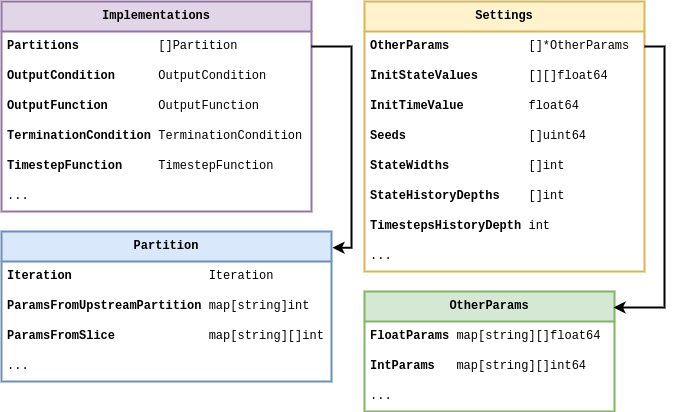
The draw.io diagram assets/stochadexI/stochadexI-stochadex-data-types.drawio.png in umbralcalc/umbralcalc.github.io, before a commit. Source tidied: cells renumbered, new cells last; positions are measured from the earlier drawing's top-left corner, leaving out a move shared by most shapes.
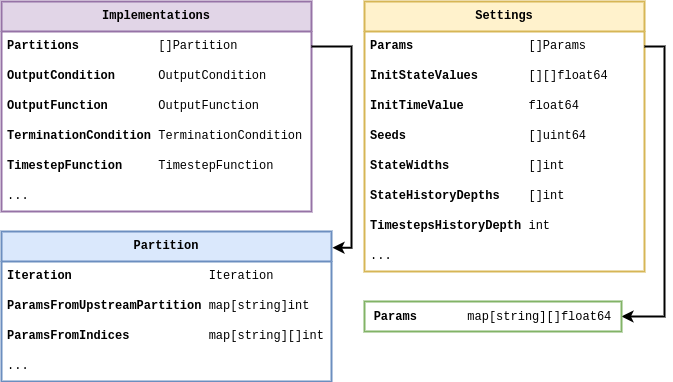
Above is the later version.

What changed in the source:
```diff
@@ -26,7 +26,7 @@
     <mxCell id="9" value="&lt;b&gt;Settings&lt;/b&gt;" style="swimlane;fontStyle=0;horizontal=1;startSize=30;whiteSpace=wrap;html=1;fontFamily=Courier New;strokeWidth=2;fillColor=#fff2cc;strokeColor=#d6b656;" parent="1" vertex="1">
       <mxGeometry x="363" width="280" height="270" as="geometry" />
     </mxCell>
-    <mxCell id="10" value="&lt;b&gt;OtherParams&lt;/b&gt;&amp;nbsp; &amp;nbsp; &amp;nbsp; &amp;nbsp; &amp;nbsp; &amp;nbsp;[]*OtherParams" style="text;strokeColor=none;fillColor=none;align=left;verticalAlign=middle;spacingLeft=4;spacingRight=4;overflow=hidden;points=[[0,0.5],[1,0.5]];portConstraint=eastwest;whiteSpace=wrap;html=1;fontFamily=Courier New;" parent="9" vertex="1">
+    <mxCell id="10" value="&lt;b&gt;Params&lt;/b&gt;&amp;nbsp; &amp;nbsp; &amp;nbsp; &amp;nbsp; &amp;nbsp; &amp;nbsp; &amp;nbsp; &amp;nbsp; []Params" style="text;strokeColor=none;fillColor=none;align=left;verticalAlign=middle;spacingLeft=4;spacingRight=4;overflow=hidden;points=[[0,0.5],[1,0.5]];portConstraint=eastwest;whiteSpace=wrap;html=1;fontFamily=Courier New;" parent="9" vertex="1">
       <mxGeometry y="30" width="280" height="30" as="geometry" />
     </mxCell>
     <mxCell id="11" value="&lt;b&gt;InitStateValues&lt;/b&gt;&amp;nbsp; &amp;nbsp; &amp;nbsp; &amp;nbsp;[][]float64" style="text;strokeColor=none;fillColor=none;align=left;verticalAlign=middle;spacingLeft=4;spacingRight=4;overflow=hidden;whiteSpace=wrap;html=1;fontFamily=Courier New;" parent="9" vertex="1">
@@ -50,23 +50,11 @@
     <mxCell id="17" value="..." style="text;strokeColor=none;fillColor=none;align=left;verticalAlign=middle;spacingLeft=4;spacingRight=4;overflow=hidden;whiteSpace=wrap;html=1;fontFamily=Courier New;" parent="9" vertex="1">
       <mxGeometry y="240" width="280" height="30" as="geometry" />
     </mxCell>
-    <mxCell id="18" value="&lt;b&gt;OtherParams&lt;/b&gt;" style="swimlane;fontStyle=0;horizontal=1;startSize=30;whiteSpace=wrap;html=1;fontFamily=Courier New;strokeWidth=2;fillColor=#d5e8d4;strokeColor=#82b366;" parent="1" vertex="1">
-      <mxGeometry x="363" y="290" width="250" height="120" as="geometry" />
-    </mxCell>
-    <mxCell id="19" value="&lt;b&gt;FloatParams &lt;/b&gt;map[string][]float64" style="text;strokeColor=none;fillColor=none;align=left;verticalAlign=middle;spacingLeft=4;spacingRight=4;overflow=hidden;whiteSpace=wrap;html=1;fontFamily=Courier New;" parent="18" vertex="1">
-      <mxGeometry y="30" width="250" height="30" as="geometry" />
-    </mxCell>
-    <mxCell id="20" value="&lt;b&gt;IntParams&amp;nbsp; &amp;nbsp;&lt;/b&gt;map[string][]int64" style="text;strokeColor=none;fillColor=none;align=left;verticalAlign=middle;spacingLeft=4;spacingRight=4;overflow=hidden;whiteSpace=wrap;html=1;fontFamily=Courier New;" parent="18" vertex="1">
-      <mxGeometry y="60" width="250" height="30" as="geometry" />
-    </mxCell>
-    <mxCell id="21" value="..." style="text;strokeColor=none;fillColor=none;align=left;verticalAlign=middle;spacingLeft=4;spacingRight=4;overflow=hidden;whiteSpace=wrap;html=1;fontFamily=Courier New;" parent="18" vertex="1">
-      <mxGeometry y="90" width="250" height="30" as="geometry" />
-    </mxCell>
-    <mxCell id="22" style="edgeStyle=orthogonalEdgeStyle;rounded=0;jettySize=auto;html=1;entryX=0.996;entryY=0.133;entryDx=0;entryDy=0;entryPerimeter=0;strokeWidth=2;exitX=1;exitY=0.5;exitDx=0;exitDy=0;" parent="1" edge="1" source="10" target="18">
+    <mxCell id="22" style="edgeStyle=orthogonalEdgeStyle;rounded=0;jettySize=auto;html=1;entryX=1;entryY=0.5;entryDx=0;entryDy=0;strokeWidth=2;exitX=1;exitY=0.5;exitDx=0;exitDy=0;" parent="1" edge="1" source="10" target="29">
       <mxGeometry relative="1" as="geometry">
         <Array as="points">
           <mxPoint x="663" y="45" />
-          <mxPoint x="663" y="306" />
+          <mxPoint x="663" y="315" />
         </Array>
       </mxGeometry>
     </mxCell>
@@ -79,7 +67,7 @@
     <mxCell id="25" value="&lt;b&gt;ParamsFromUpstreamPartition&amp;nbsp;&lt;/b&gt;map[string]int" style="text;strokeColor=none;fillColor=none;align=left;verticalAlign=middle;spacingLeft=4;spacingRight=4;overflow=hidden;whiteSpace=wrap;html=1;fontFamily=Courier New;" parent="23" vertex="1">
       <mxGeometry y="60" width="330" height="30" as="geometry" />
     </mxCell>
-    <mxCell id="26" value="&lt;b&gt;ParamsFromSlice&amp;nbsp; &amp;nbsp; &amp;nbsp; &amp;nbsp; &amp;nbsp; &amp;nbsp; &amp;nbsp;&lt;/b&gt;map[string][]int" style="text;strokeColor=none;fillColor=none;align=left;verticalAlign=middle;spacingLeft=4;spacingRight=4;overflow=hidden;whiteSpace=wrap;html=1;fontFamily=Courier New;" parent="23" vertex="1">
+    <mxCell id="26" value="&lt;b&gt;ParamsFromIndices&amp;nbsp; &amp;nbsp; &amp;nbsp; &amp;nbsp; &amp;nbsp; &amp;nbsp;&lt;/b&gt;map[string][]int" style="text;strokeColor=none;fillColor=none;align=left;verticalAlign=middle;spacingLeft=4;spacingRight=4;overflow=hidden;whiteSpace=wrap;html=1;fontFamily=Courier New;" parent="23" vertex="1">
       <mxGeometry y="90" width="330" height="30" as="geometry" />
     </mxCell>
     <mxCell id="27" value="..." style="text;strokeColor=none;fillColor=none;align=left;verticalAlign=middle;spacingLeft=4;spacingRight=4;overflow=hidden;whiteSpace=wrap;html=1;fontFamily=Courier New;" parent="23" vertex="1">
@@ -93,5 +81,8 @@
         </Array>
       </mxGeometry>
     </mxCell>
+    <mxCell id="29" value="&lt;b style=&quot;font-family: &amp;quot;Courier New&amp;quot;;&quot;&gt;Params&amp;nbsp; &amp;nbsp; &amp;nbsp; &amp;nbsp;&lt;/b&gt;&lt;span style=&quot;font-family: &amp;quot;Courier New&amp;quot;;&quot;&gt;map[string][]float64&lt;/span&gt;" style="rounded=0;whiteSpace=wrap;html=1;fillColor=none;strokeColor=#82b366;strokeWidth=2;" parent="1" vertex="1">
+      <mxGeometry x="363" y="300" width="257" height="30" as="geometry" />
+    </mxCell>
   </root>
 </mxGraphModel>
```
